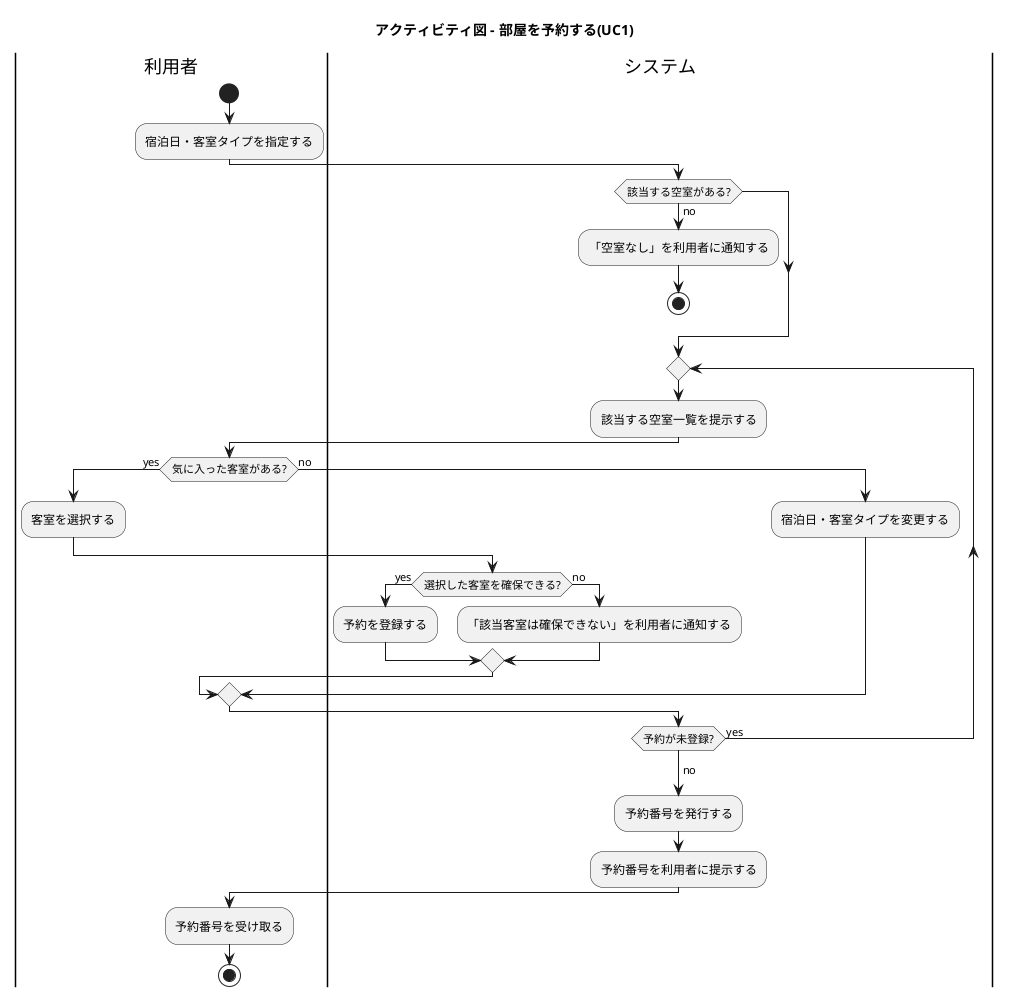
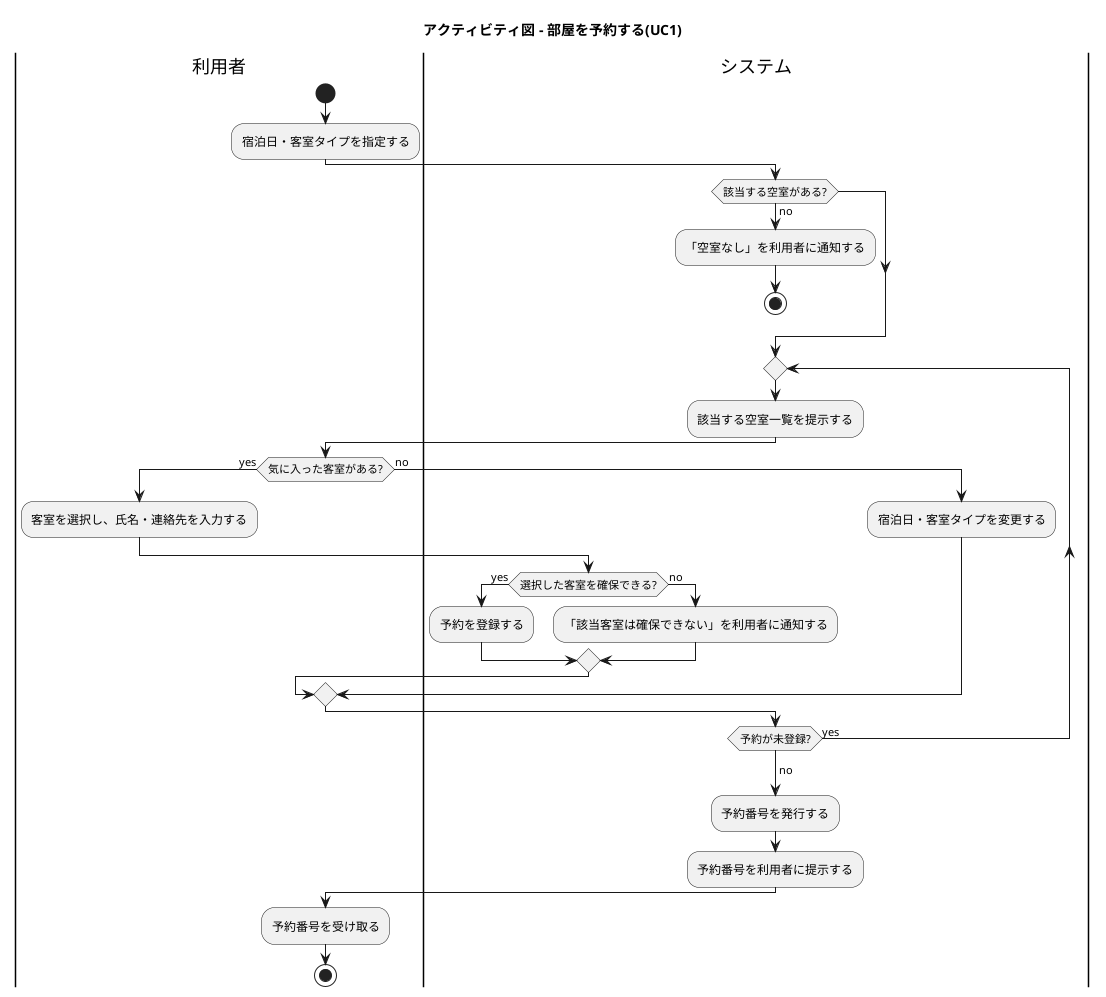
@startuml activity_diagram_reserve
title アクティビティ図 - 部屋を予約する(UC1)

|利用者|
start
:宿泊日・客室タイプを指定する;
|システム|
if (該当する空室がある?) then (no)
  :「空室なし」を利用者に通知する;
  stop
endif
repeat
  :該当する空室一覧を提示する;
  |利用者|
  if (気に入った客室がある?) then (yes)
-     :客室を選択する;
+     :客室を選択し、氏名・連絡先を入力する;
    |システム|
    if (選択した客室を確保できる?) then (yes)
      :予約を登録する;
    else (no)
      :「該当客室は確保できない」を利用者に通知する;
    endif
  else (no)
    :宿泊日・客室タイプを変更する;
    |システム|
  endif
repeat while (予約が未登録?) is (yes)
->no;
:予約番号を発行する;
:予約番号を利用者に提示する;
|利用者|
:予約番号を受け取る;
stop

@enduml
